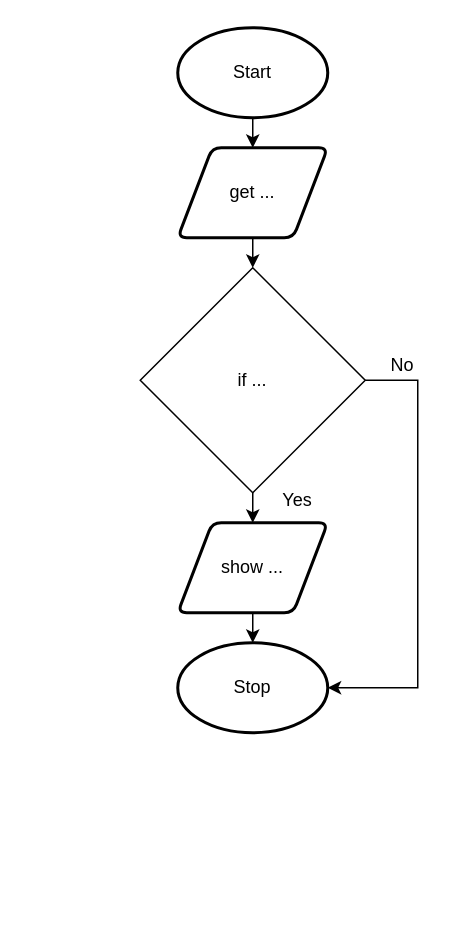
This is drawio/flowchart/flowchart.drawio from Aidan-Lalonde-Novales/ICS3U-Unit4-06-Python, a draw.io file, before an edit. Source tidied: cells renumbered, new cells numbered last; positions are measured from the earlier drawing's top-left corner, leaving out a move shared by most shapes. Both pictures are drawn from the tidied source at 150%, with x=0, y=0 at pixel (140, 27).
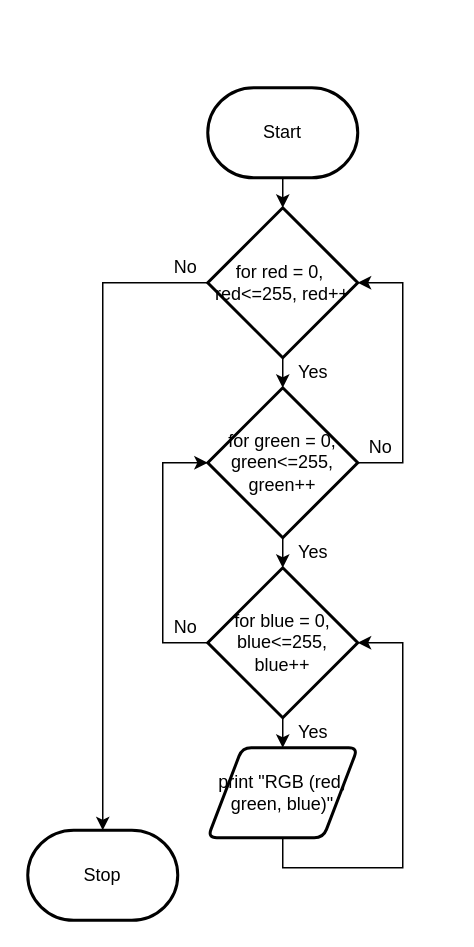
Above is the later version.

Change to the diagram source:
```diff
@@
-    <mxCell id="2" style="edgeStyle=none;html=1;exitX=0.5;exitY=1;exitDx=0;exitDy=0;exitPerimeter=0;entryX=0.5;entryY=0;entryDx=0;entryDy=0;" parent="1" edge="1" source="3" target="5">
-      <mxGeometry relative="1" as="geometry" />
-    </mxCell>
+    <mxCell id="13" style="edgeStyle=none;html=1;entryX=0.5;entryY=0;entryDx=0;entryDy=0;entryPerimeter=0;" parent="1" edge="1" source="3" target="16">
+      <mxGeometry relative="1" as="geometry" />
+    </mxCell>
-    <mxCell id="3" value="Start" style="strokeWidth=2;html=1;shape=mxgraph.flowchart.start_1;whiteSpace=wrap;" parent="1" vertex="1">
-      <mxGeometry x="25" width="100" height="60" as="geometry" />
+    <mxCell id="3" value="Start" style="strokeWidth=2;html=1;shape=mxgraph.flowchart.terminator;whiteSpace=wrap;" parent="1" vertex="1">
+      <mxGeometry x="45" y="40" width="100" height="60" as="geometry" />
     </mxCell>
-    <mxCell id="4" style="edgeStyle=none;html=1;exitX=0.5;exitY=1;exitDx=0;exitDy=0;entryX=0.5;entryY=0;entryDx=0;entryDy=0;" parent="1" edge="1" source="5">
-      <mxGeometry relative="1" as="geometry">
-        <mxPoint x="75" y="160" as="targetPoint" />
-      </mxGeometry>
-    </mxCell>
-    <mxCell id="5" value="get ..." style="shape=parallelogram;html=1;strokeWidth=2;perimeter=parallelogramPerimeter;whiteSpace=wrap;rounded=1;arcSize=12;size=0.23;" parent="1" vertex="1">
-      <mxGeometry x="25" y="80" width="100" height="60" as="geometry" />
-    </mxCell>
-    <mxCell id="6" style="edgeStyle=none;html=1;exitX=0.5;exitY=1;exitDx=0;exitDy=0;entryX=0.5;entryY=0;entryDx=0;entryDy=0;entryPerimeter=0;" parent="1" edge="1" source="7" target="8">
-      <mxGeometry relative="1" as="geometry" />
-    </mxCell>
-    <mxCell id="7" value="show ..." style="shape=parallelogram;html=1;strokeWidth=2;perimeter=parallelogramPerimeter;whiteSpace=wrap;rounded=1;arcSize=12;size=0.23;" parent="1" vertex="1">
-      <mxGeometry x="25" y="330" width="100" height="60" as="geometry" />
-    </mxCell>
+    <mxCell id="14" style="edgeStyle=none;html=1;entryX=0.5;entryY=0;entryDx=0;entryDy=0;entryPerimeter=0;" parent="1" edge="1" source="16" target="19">
+      <mxGeometry relative="1" as="geometry" />
+    </mxCell>
+    <mxCell id="15" style="edgeStyle=none;rounded=0;html=1;entryX=0.5;entryY=0;entryDx=0;entryDy=0;entryPerimeter=0;" parent="1" edge="1" source="16" target="8">
+      <mxGeometry relative="1" as="geometry">
+        <Array as="points">
+          <mxPoint x="-25" y="170" />
+        </Array>
+      </mxGeometry>
+    </mxCell>
+    <mxCell id="16" value="for red = 0,&amp;nbsp; red&amp;lt;=255, red++" style="strokeWidth=2;html=1;shape=mxgraph.flowchart.decision;whiteSpace=wrap;" parent="1" vertex="1">
+      <mxGeometry x="45" y="120" width="100" height="100" as="geometry" />
+    </mxCell>
+    <mxCell id="17" style="edgeStyle=none;html=1;entryX=0.5;entryY=0;entryDx=0;entryDy=0;entryPerimeter=0;" parent="1" edge="1" source="19" target="22">
+      <mxGeometry relative="1" as="geometry" />
+    </mxCell>
+    <mxCell id="18" style="edgeStyle=none;html=1;entryX=1;entryY=0.5;entryDx=0;entryDy=0;entryPerimeter=0;exitX=1;exitY=0.5;exitDx=0;exitDy=0;exitPerimeter=0;rounded=0;" parent="1" edge="1" source="19" target="16">
+      <mxGeometry relative="1" as="geometry">
+        <Array as="points">
+          <mxPoint x="175" y="290" />
+          <mxPoint x="175" y="170" />
+        </Array>
+      </mxGeometry>
+    </mxCell>
+    <mxCell id="19" value="for green = 0, green&amp;lt;=255, green++" style="strokeWidth=2;html=1;shape=mxgraph.flowchart.decision;whiteSpace=wrap;" parent="1" vertex="1">
+      <mxGeometry x="45" y="240" width="100" height="100" as="geometry" />
+    </mxCell>
+    <mxCell id="20" style="edgeStyle=none;html=1;entryX=0;entryY=0.5;entryDx=0;entryDy=0;entryPerimeter=0;exitX=0;exitY=0.5;exitDx=0;exitDy=0;exitPerimeter=0;rounded=0;" parent="1" edge="1" source="22" target="19">
+      <mxGeometry relative="1" as="geometry">
+        <Array as="points">
+          <mxPoint x="15" y="410" />
+          <mxPoint x="15" y="290" />
+        </Array>
+      </mxGeometry>
+    </mxCell>
+    <mxCell id="21" style="edgeStyle=none;rounded=0;html=1;entryX=0.5;entryY=0;entryDx=0;entryDy=0;" parent="1" edge="1" source="22" target="24">
+      <mxGeometry relative="1" as="geometry" />
+    </mxCell>
+    <mxCell id="22" value="for blue = 0, blue&amp;lt;=255, blue++" style="strokeWidth=2;html=1;shape=mxgraph.flowchart.decision;whiteSpace=wrap;" parent="1" vertex="1">
+      <mxGeometry x="45" y="360" width="100" height="100" as="geometry" />
+    </mxCell>
+    <mxCell id="23" style="edgeStyle=none;html=1;entryX=1;entryY=0.5;entryDx=0;entryDy=0;entryPerimeter=0;exitX=0.5;exitY=1;exitDx=0;exitDy=0;rounded=0;" parent="1" edge="1" source="24" target="22">
+      <mxGeometry relative="1" as="geometry">
+        <Array as="points">
+          <mxPoint x="95" y="560" />
+          <mxPoint x="175" y="560" />
+          <mxPoint x="175" y="410" />
+        </Array>
+      </mxGeometry>
+    </mxCell>
+    <mxCell id="24" value="print &quot;RGB (red, green, blue)&quot;" style="shape=parallelogram;html=1;strokeWidth=2;perimeter=parallelogramPerimeter;whiteSpace=wrap;rounded=1;arcSize=12;size=0.23;" parent="1" vertex="1">
+      <mxGeometry x="45" y="480" width="100" height="60" as="geometry" />
+    </mxCell>
-    <mxCell id="8" value="Stop" style="strokeWidth=2;html=1;shape=mxgraph.flowchart.start_1;whiteSpace=wrap;" parent="1" vertex="1">
-      <mxGeometry x="25" y="410" width="100" height="60" as="geometry" />
+    <mxCell id="8" value="Stop" style="strokeWidth=2;html=1;shape=mxgraph.flowchart.terminator;whiteSpace=wrap;" parent="1" vertex="1">
+      <mxGeometry x="-75" y="535" width="100" height="60" as="geometry" />
     </mxCell>
-    <mxCell id="9" style="edgeStyle=none;html=1;exitX=0.5;exitY=1;exitDx=0;exitDy=0;entryX=0.5;entryY=0;entryDx=0;entryDy=0;" parent="1" edge="1" source="11" target="7">
-      <mxGeometry relative="1" as="geometry" />
-    </mxCell>
-    <mxCell id="10" style="edgeStyle=none;html=1;exitX=1;exitY=0.5;exitDx=0;exitDy=0;entryX=1;entryY=0.5;entryDx=0;entryDy=0;entryPerimeter=0;rounded=0;" parent="1" edge="1" source="11" target="8">
-      <mxGeometry relative="1" as="geometry">
-        <Array as="points">
-          <mxPoint x="185" y="235" />
-          <mxPoint x="185" y="440" />
-        </Array>
-      </mxGeometry>
-    </mxCell>
-    <mxCell id="11" value="if ..." style="rhombus;whiteSpace=wrap;html=1;" parent="1" vertex="1">
-      <mxGeometry y="160" width="150" height="150" as="geometry" />
-    </mxCell>
-    <mxCell id="12" value="Yes" style="text;html=1;strokeColor=none;fillColor=none;align=center;verticalAlign=middle;whiteSpace=wrap;rounded=0;" parent="1" vertex="1">
-      <mxGeometry x="75" y="300" width="60" height="30" as="geometry" />
-    </mxCell>
-    <mxCell id="13" value="No" style="text;html=1;strokeColor=none;fillColor=none;align=center;verticalAlign=middle;whiteSpace=wrap;rounded=0;" parent="1" vertex="1">
-      <mxGeometry x="145" y="210" width="60" height="30" as="geometry" />
-    </mxCell>
+    <mxCell id="25" value="Yes" style="text;html=1;align=center;verticalAlign=middle;strokeColor=none;fillColor=none;" parent="1" vertex="1">
+      <mxGeometry x="95" y="220" width="40" height="20" as="geometry" />
+    </mxCell>
+    <mxCell id="26" value="No" style="text;html=1;align=center;verticalAlign=middle;strokeColor=none;fillColor=none;" parent="1" vertex="1">
+      <mxGeometry x="15" y="150" width="30" height="20" as="geometry" />
+    </mxCell>
+    <mxCell id="27" value="Yes" style="text;html=1;align=center;verticalAlign=middle;strokeColor=none;fillColor=none;" parent="1" vertex="1">
+      <mxGeometry x="95" y="340" width="40" height="20" as="geometry" />
+    </mxCell>
+    <mxCell id="28" value="Yes" style="text;html=1;align=center;verticalAlign=middle;strokeColor=none;fillColor=none;" parent="1" vertex="1">
+      <mxGeometry x="95" y="460" width="40" height="20" as="geometry" />
+    </mxCell>
+    <mxCell id="29" value="No" style="text;html=1;align=center;verticalAlign=middle;strokeColor=none;fillColor=none;" parent="1" vertex="1">
+      <mxGeometry x="15" y="390" width="30" height="20" as="geometry" />
+    </mxCell>
+    <mxCell id="30" value="No" style="text;html=1;align=center;verticalAlign=middle;strokeColor=none;fillColor=none;" parent="1" vertex="1">
+      <mxGeometry x="145" y="270" width="30" height="20" as="geometry" />
+    </mxCell>
```
